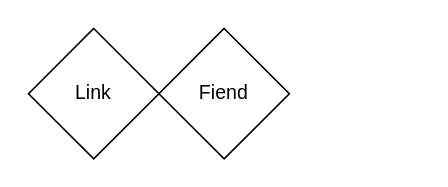
Above: page "Live Twin" (5 of 7) of MasterDuel/Archetype.drawio in valenwave/Drawio (draw.io), before the change. Source tidied: cells renumbered, new cells numbered last; positions are measured from the earlier drawing's top-left corner, leaving out a move shared by most shapes. Both pictures are drawn from the tidied source at 163%, with x=0, y=0 at pixel (28, 28).
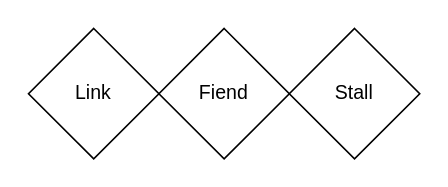
The same page after the edit.

Diff of the diagram source:
```diff
@@
 <mxGraphModel>
   <root>
     <mxCell id="0" />
     <mxCell id="1" parent="0" />
     <mxCell id="2" value="Link" style="rhombus;whiteSpace=wrap;html=1;" parent="1" vertex="1">
       <mxGeometry width="80" height="80" as="geometry" />
     </mxCell>
     <mxCell id="3" value="Fiend" style="rhombus;whiteSpace=wrap;html=1;" parent="1" vertex="1">
       <mxGeometry x="80" width="80" height="80" as="geometry" />
     </mxCell>
+    <mxCell id="4" value="Stall" style="rhombus;whiteSpace=wrap;html=1;" parent="1" vertex="1">
+      <mxGeometry x="160" width="80" height="80" as="geometry" />
+    </mxCell>
   </root>
 </mxGraphModel>
```
